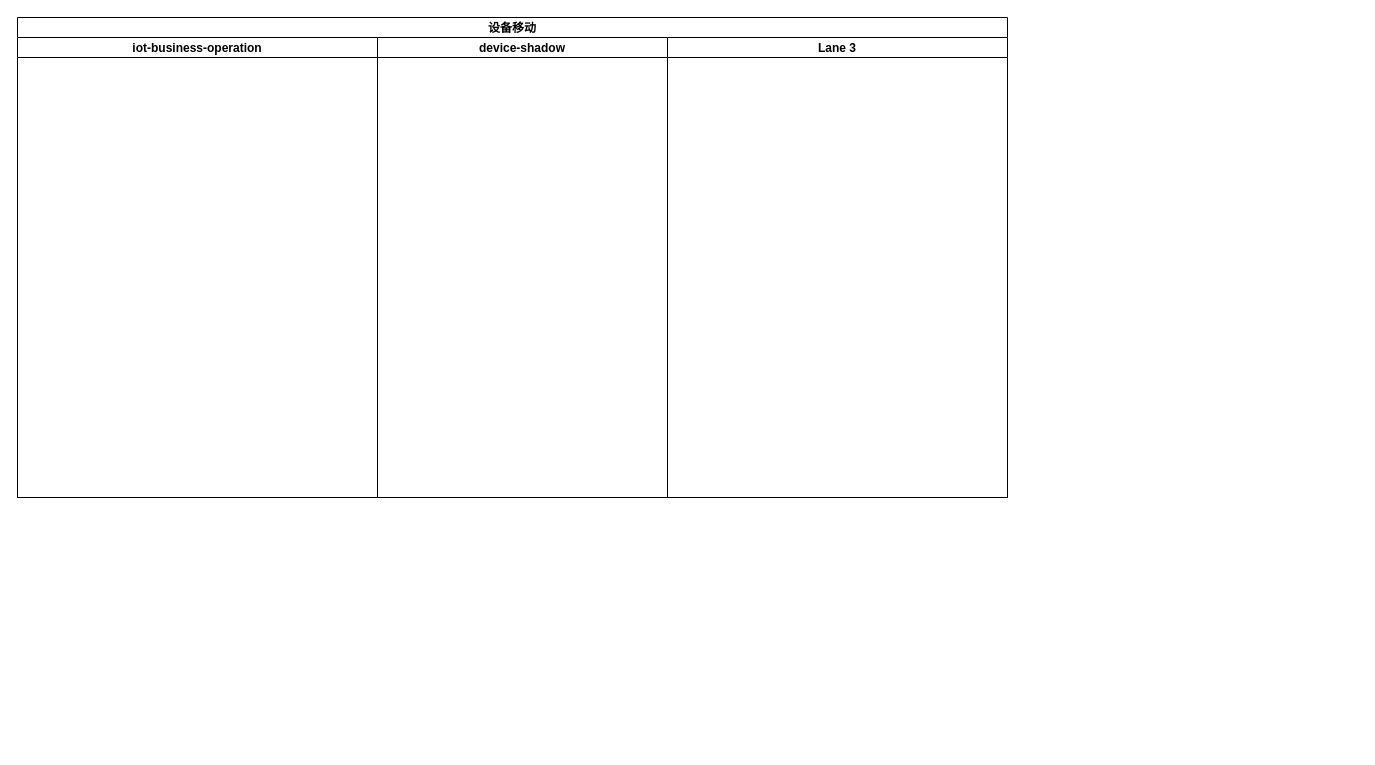
Above: page "设备移动" (2 of 4) of yzs/未命名绘图.drawio in yanglei1992/documents (draw.io), before the change. Source tidied: cells renumbered, new cells numbered last; positions are measured from the earlier drawing's top-left corner, leaving out a move shared by most shapes. Both pictures are drawn from the tidied source at 100%, with x=0, y=0 at pixel (17, 17).
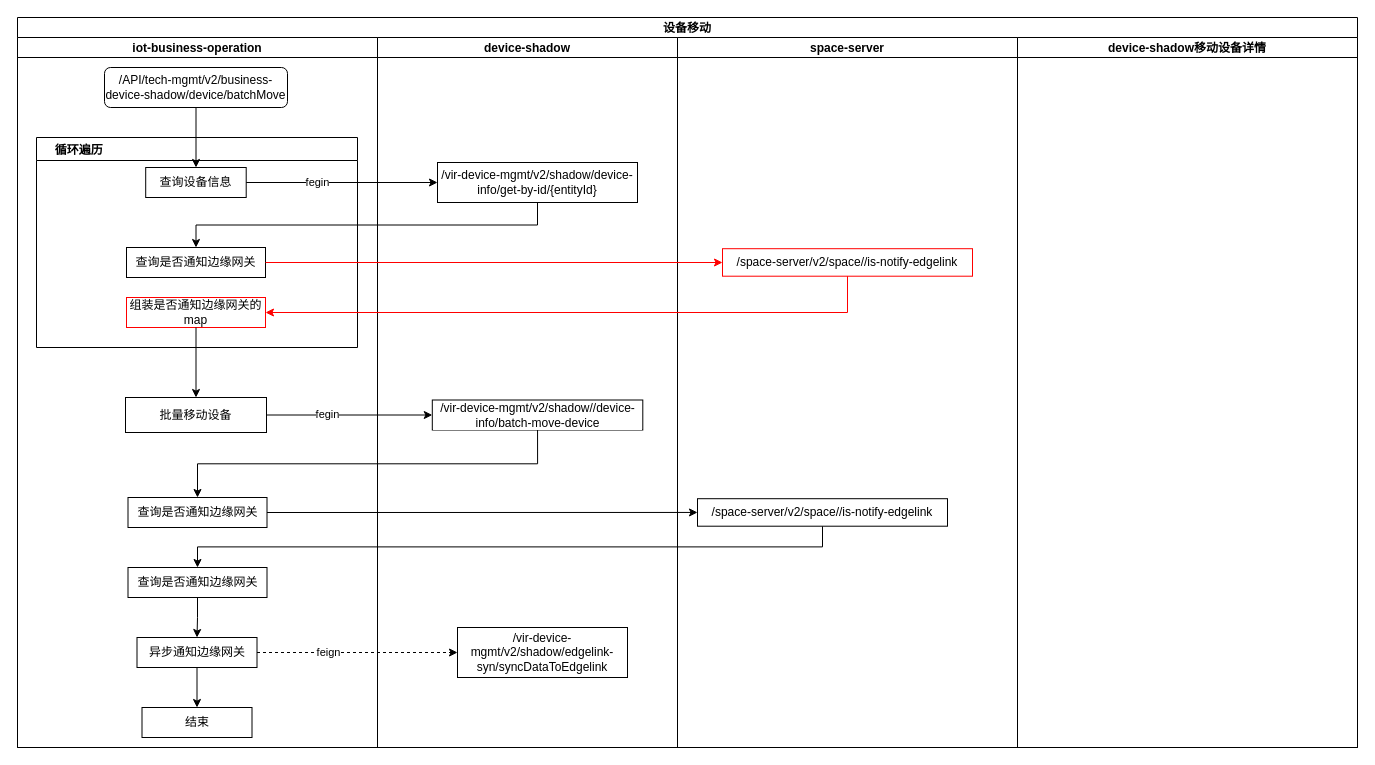
The same page after the edit.

Commit message (it also covers changes not shown here):
更新未命名绘图.drawio

Diff of the diagram source:
```diff
@@
     <mxCell id="2" value="设备移动" style="swimlane;startSize=20;labelBackgroundColor=default;fontColor=#000000;" parent="1" vertex="1">
-      <mxGeometry width="990" height="480" as="geometry" />
+      <mxGeometry width="1340" height="730" as="geometry" />
     </mxCell>
     <mxCell id="3" value="iot-business-operation" style="swimlane;startSize=20;labelBackgroundColor=default;fontColor=#000000;" parent="2" vertex="1">
-      <mxGeometry y="20" width="360" height="460" as="geometry" />
+      <mxGeometry y="20" width="360" height="710" as="geometry" />
     </mxCell>
+    <mxCell id="6" value="/API/tech-mgmt/v2/business-device-shadow/device/batchMove" style="rounded=1;whiteSpace=wrap;html=1;labelBackgroundColor=default;fontColor=#000000;" parent="3" vertex="1">
+      <mxGeometry x="87" y="30" width="183" height="40" as="geometry" />
+    </mxCell>
+    <mxCell id="7" value="     循环遍历" style="swimlane;labelBackgroundColor=default;fontColor=#000000;align=left;" parent="3" vertex="1">
+      <mxGeometry x="19" y="100" width="321" height="210" as="geometry" />
+    </mxCell>
+    <mxCell id="8" value="查询设备信息" style="rounded=0;whiteSpace=wrap;html=1;labelBackgroundColor=default;fontColor=#000000;" parent="7" vertex="1">
+      <mxGeometry x="109.2" y="30" width="100.5" height="30" as="geometry" />
+    </mxCell>
+    <mxCell id="9" value="查询是否通知边缘网关" style="rounded=0;whiteSpace=wrap;html=1;labelBackgroundColor=default;fontColor=#000000;" parent="7" vertex="1">
+      <mxGeometry x="90" y="110" width="139" height="30" as="geometry" />
+    </mxCell>
+    <mxCell id="10" value="组装是否通知边缘网关的map" style="rounded=0;whiteSpace=wrap;html=1;labelBackgroundColor=default;fontColor=#000000;strokeColor=#FF0000;" parent="7" vertex="1">
+      <mxGeometry x="90" y="160" width="139" height="30" as="geometry" />
+    </mxCell>
+    <mxCell id="11" style="edgeStyle=orthogonalEdgeStyle;rounded=0;jettySize=auto;html=1;exitX=0.5;exitY=1;exitDx=0;exitDy=0;fontColor=#000000;" parent="3" edge="1" source="6" target="8">
+      <mxGeometry relative="1" as="geometry" />
+    </mxCell>
+    <mxCell id="12" value="批量移动设备" style="rounded=0;whiteSpace=wrap;html=1;labelBackgroundColor=default;fontColor=#000000;" parent="3" vertex="1">
+      <mxGeometry x="108" y="360" width="141" height="35" as="geometry" />
+    </mxCell>
+    <mxCell id="13" style="edgeStyle=orthogonalEdgeStyle;rounded=0;jettySize=auto;html=1;exitX=0.5;exitY=1;exitDx=0;exitDy=0;entryX=0.5;entryY=0;entryDx=0;entryDy=0;fontColor=#000000;" parent="3" edge="1" source="10" target="12">
+      <mxGeometry relative="1" as="geometry" />
+    </mxCell>
+    <mxCell id="14" value="查询是否通知边缘网关" style="rounded=0;whiteSpace=wrap;html=1;labelBackgroundColor=default;fontColor=#000000;" parent="3" vertex="1">
+      <mxGeometry x="110.5" y="460" width="139" height="30" as="geometry" />
+    </mxCell>
+    <mxCell id="15" style="edgeStyle=orthogonalEdgeStyle;rounded=0;jettySize=auto;html=1;exitX=0.5;exitY=1;exitDx=0;exitDy=0;fontColor=#000000;strokeColor=#000000;" parent="3" edge="1" source="16" target="18">
+      <mxGeometry relative="1" as="geometry" />
+    </mxCell>
+    <mxCell id="16" value="查询是否通知边缘网关" style="rounded=0;whiteSpace=wrap;html=1;labelBackgroundColor=default;fontColor=#000000;" parent="3" vertex="1">
+      <mxGeometry x="110.5" y="530" width="139" height="30" as="geometry" />
+    </mxCell>
+    <mxCell id="17" style="edgeStyle=orthogonalEdgeStyle;rounded=0;jettySize=auto;html=1;exitX=0.5;exitY=1;exitDx=0;exitDy=0;entryX=0.5;entryY=0;entryDx=0;entryDy=0;fontColor=#000000;strokeColor=#000000;" parent="3" edge="1" source="18" target="19">
+      <mxGeometry relative="1" as="geometry" />
+    </mxCell>
+    <mxCell id="18" value="异步通知边缘网关" style="rounded=0;whiteSpace=wrap;html=1;fontColor=#000000;" parent="3" vertex="1">
+      <mxGeometry x="119.5" y="600" width="120" height="30" as="geometry" />
+    </mxCell>
+    <mxCell id="19" value="结束" style="rounded=0;whiteSpace=wrap;html=1;labelBackgroundColor=default;fontColor=#000000;strokeColor=#000000;" parent="3" vertex="1">
+      <mxGeometry x="124.5" y="670" width="110" height="30" as="geometry" />
+    </mxCell>
     <mxCell id="4" value="device-shadow" style="swimlane;startSize=20;labelBackgroundColor=default;fontColor=#000000;" parent="2" vertex="1">
-      <mxGeometry x="360" y="20" width="290" height="460" as="geometry" />
+      <mxGeometry x="360" y="20" width="300" height="710" as="geometry" />
     </mxCell>
+    <mxCell id="20" value="/vir-device-mgmt/v2/shadow/device-info/get-by-id/{entityId}" style="rounded=0;whiteSpace=wrap;html=1;labelBackgroundColor=default;fontColor=#000000;" parent="4" vertex="1">
+      <mxGeometry x="60" y="125" width="200" height="40" as="geometry" />
+    </mxCell>
+    <mxCell id="21" value="/vir-device-mgmt/v2/shadow//device-info/batch-move-device" style="rounded=0;whiteSpace=wrap;html=1;labelBackgroundColor=default;fontColor=#000000;" parent="4" vertex="1">
+      <mxGeometry x="54.8" y="362.5" width="210.5" height="30" as="geometry" />
+    </mxCell>
+    <mxCell id="22" value="/vir-device-mgmt/v2/shadow/edgelink-syn/syncDataToEdgelink" style="rounded=0;whiteSpace=wrap;html=1;labelBackgroundColor=#FFFFFF;fontColor=#000000;" parent="4" vertex="1">
+      <mxGeometry x="80" y="590" width="170" height="50" as="geometry" />
+    </mxCell>
+    <mxCell id="23" style="edgeStyle=orthogonalEdgeStyle;rounded=0;jettySize=auto;html=1;exitX=1;exitY=0.5;exitDx=0;exitDy=0;fontColor=#000000;strokeColor=#000000;entryX=0;entryY=0.5;entryDx=0;entryDy=0;" parent="2" edge="1" source="14" target="26">
+      <mxGeometry relative="1" as="geometry" />
+    </mxCell>
+    <mxCell id="24" style="edgeStyle=orthogonalEdgeStyle;rounded=0;jettySize=auto;html=1;exitX=0.5;exitY=1;exitDx=0;exitDy=0;fontColor=#000000;strokeColor=#000000;entryX=0.5;entryY=0;entryDx=0;entryDy=0;" parent="2" edge="1" source="26" target="16">
+      <mxGeometry relative="1" as="geometry" />
+    </mxCell>
-    <mxCell id="5" value="Lane 3" style="swimlane;startSize=20;labelBackgroundColor=default;fontColor=#000000;" parent="2" vertex="1">
-      <mxGeometry x="650" y="20" width="340" height="460" as="geometry" />
+    <mxCell id="5" value="space-server" style="swimlane;startSize=20;labelBackgroundColor=default;fontColor=#000000;" parent="2" vertex="1">
+      <mxGeometry x="660" y="20" width="340" height="710" as="geometry" />
     </mxCell>
+    <mxCell id="25" value="/space-server/v2/space//is-notify-edgelink" style="rounded=0;whiteSpace=wrap;html=1;labelBackgroundColor=default;fontColor=#000000;strokeColor=#FF0000;" parent="5" vertex="1">
+      <mxGeometry x="45" y="211.2" width="250" height="27.5" as="geometry" />
+    </mxCell>
+    <mxCell id="26" value="/space-server/v2/space//is-notify-edgelink" style="rounded=0;whiteSpace=wrap;html=1;labelBackgroundColor=default;fontColor=#000000;strokeColor=#000000;" parent="5" vertex="1">
+      <mxGeometry x="20" y="461.2" width="250" height="27.5" as="geometry" />
+    </mxCell>
+    <mxCell id="27" value="device-shadow移动设备详情" style="swimlane;startSize=20;labelBackgroundColor=default;fontColor=#000000;" parent="2" vertex="1">
+      <mxGeometry x="1000" y="20" width="340" height="710" as="geometry" />
+    </mxCell>
+    <mxCell id="28" style="edgeStyle=orthogonalEdgeStyle;rounded=0;jettySize=auto;html=1;exitX=1;exitY=0.5;exitDx=0;exitDy=0;fontColor=#000000;" parent="2" edge="1" source="8" target="20">
+      <mxGeometry relative="1" as="geometry" />
+    </mxCell>
+    <mxCell id="29" value="fegin" style="edgeLabel;html=1;align=center;verticalAlign=middle;fontColor=#000000;" parent="28" vertex="1">
+      <mxGeometry x="-0.26" y="1" relative="1" as="geometry" />
+    </mxCell>
+    <mxCell id="30" style="edgeStyle=orthogonalEdgeStyle;rounded=0;jettySize=auto;html=1;exitX=0.5;exitY=1;exitDx=0;exitDy=0;entryX=0.5;entryY=0;entryDx=0;entryDy=0;fontColor=#000000;" parent="2" edge="1" source="20" target="9">
+      <mxGeometry relative="1" as="geometry" />
+    </mxCell>
+    <mxCell id="31" style="edgeStyle=orthogonalEdgeStyle;rounded=0;jettySize=auto;html=1;exitX=1;exitY=0.5;exitDx=0;exitDy=0;fontColor=#000000;strokeColor=#FF0000;" parent="2" edge="1" source="9" target="25">
+      <mxGeometry relative="1" as="geometry" />
+    </mxCell>
+    <mxCell id="32" style="edgeStyle=orthogonalEdgeStyle;rounded=0;jettySize=auto;html=1;exitX=0.5;exitY=1;exitDx=0;exitDy=0;entryX=1;entryY=0.5;entryDx=0;entryDy=0;fontColor=#000000;strokeColor=#FF0000;" parent="2" edge="1" source="25" target="10">
+      <mxGeometry relative="1" as="geometry" />
+    </mxCell>
+    <mxCell id="33" style="edgeStyle=orthogonalEdgeStyle;rounded=0;jettySize=auto;html=1;exitX=1;exitY=0.5;exitDx=0;exitDy=0;fontColor=#000000;" parent="2" edge="1" source="12" target="21">
+      <mxGeometry relative="1" as="geometry" />
+    </mxCell>
+    <mxCell id="34" value="fegin" style="edgeLabel;html=1;align=center;verticalAlign=middle;fontColor=#000000;" parent="33" vertex="1">
+      <mxGeometry x="-0.28" y="2" relative="1" as="geometry">
+        <mxPoint y="1" as="offset" />
+      </mxGeometry>
+    </mxCell>
+    <mxCell id="35" style="edgeStyle=orthogonalEdgeStyle;rounded=0;jettySize=auto;html=1;fontColor=#000000;entryX=0;entryY=0.5;entryDx=0;entryDy=0;dashed=1;" parent="2" edge="1" source="18" target="22">
+      <mxGeometry relative="1" as="geometry" />
+    </mxCell>
+    <mxCell id="36" value="feign" style="edgeLabel;html=1;align=center;verticalAlign=middle;fontColor=#000000;" parent="35" vertex="1">
+      <mxGeometry x="-0.29" y="1" relative="1" as="geometry" />
+    </mxCell>
+    <mxCell id="37" style="edgeStyle=orthogonalEdgeStyle;rounded=0;jettySize=auto;html=1;exitX=0.5;exitY=1;exitDx=0;exitDy=0;fontColor=#000000;strokeColor=#000000;" parent="2" edge="1" source="21" target="14">
+      <mxGeometry relative="1" as="geometry" />
+    </mxCell>
```
